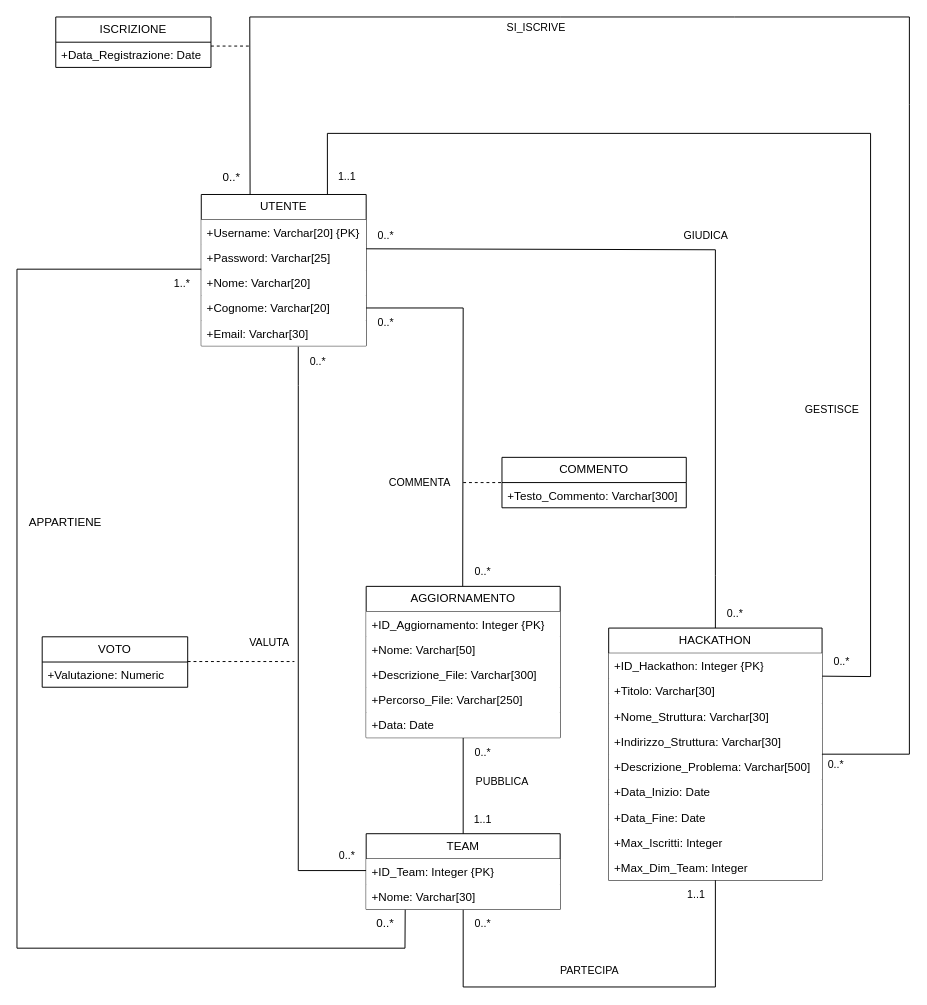
This is Diagramma Hackathon Ristrutturato.drawio from galetizia/Progetto-DB, a draw.io file, before an edit. Source tidied: cells renumbered, new cells numbered last; positions are measured from the earlier drawing's top-left corner, leaving out a move shared by most shapes. Both pictures are drawn from the tidied source at 97%, with x=0, y=0 at pixel (16, 16).
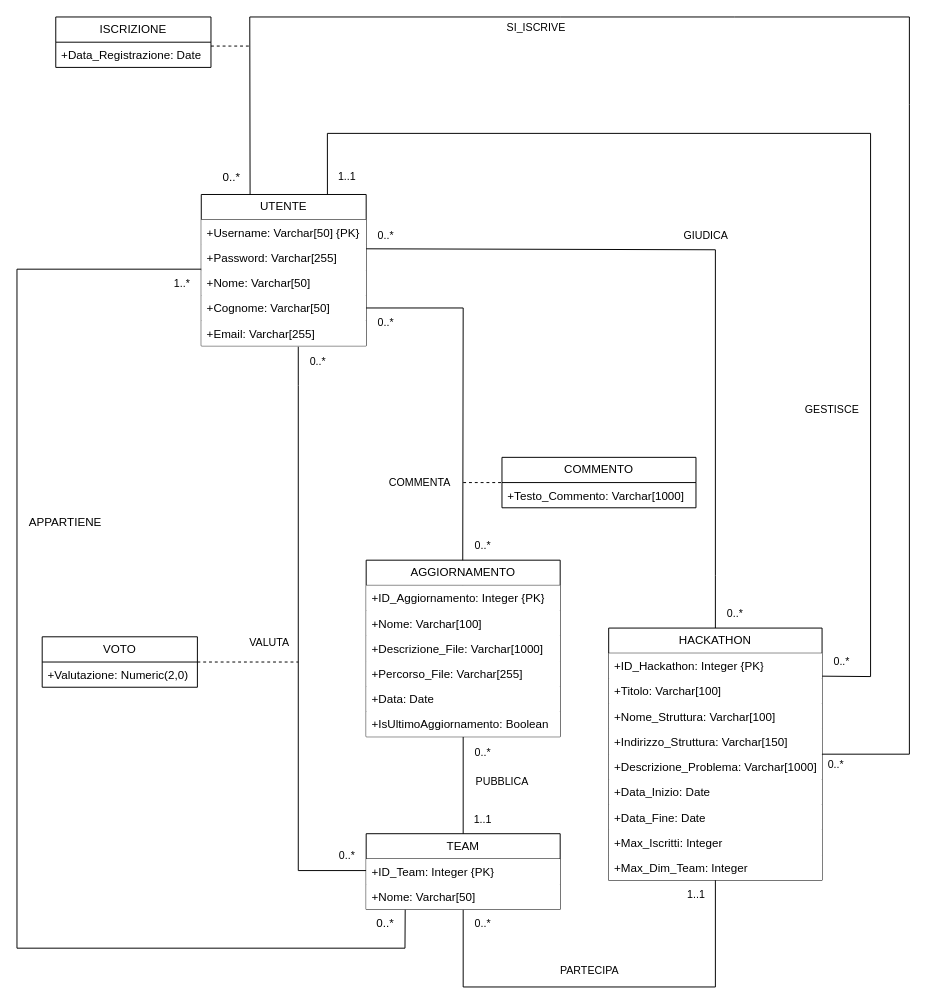
The same page after the edit.

Commit message (it also covers changes not shown here):
aggiornata documentazione, cambiate dimensioni massime di alcuni attributi poiché erano troppo piccoli e rischiosi, aggiornati anche i diagrammi di conseguenza

The change refers to these unchanged cells:
```xml
<mxCell id="2" value="UTENTE" style="swimlane;fontStyle=0;horizontal=1;startSize=26;fillColor=default;whiteSpace=wrap;html=1;" parent="1" vertex="1">
  <mxGeometry x="190" y="183" width="170" height="156" as="geometry" />
</mxCell>
<mxCell id="11" value="HACKATHON" style="swimlane;fontStyle=0;horizontal=1;startSize=26;fillColor=default;whiteSpace=wrap;html=1;" parent="1" vertex="1">
  <mxGeometry x="610" y="630" width="220" height="260" as="geometry" />
</mxCell>
<mxCell id="22" value="TEAM" style="swimlane;fontStyle=0;horizontal=1;startSize=26;fillColor=default;whiteSpace=wrap;html=1;" parent="1" vertex="1">
  <mxGeometry x="360" y="842" width="200" height="78" as="geometry" />
</mxCell>
```

Diff of the diagram source:
```diff
@@
-    <mxCell id="3" value="+Username: Varchar[20] {PK}" style="text;strokeColor=none;fillColor=default;align=left;verticalAlign=top;spacingLeft=4;spacingRight=4;overflow=hidden;whiteSpace=wrap;html=1;" parent="2" vertex="1">
+    <mxCell id="3" value="+Username: Varchar[50] {PK}" style="text;strokeColor=none;fillColor=default;align=left;verticalAlign=top;spacingLeft=4;spacingRight=4;overflow=hidden;whiteSpace=wrap;html=1;" parent="2" vertex="1">
       <mxGeometry y="26" width="170" height="26" as="geometry" />
     </mxCell>
-    <mxCell id="4" value="+Password: Varchar[25]" style="text;strokeColor=none;fillColor=default;align=left;verticalAlign=top;spacingLeft=4;spacingRight=4;overflow=hidden;points=[[0,0.5],[1,0.5]];portConstraint=eastwest;whiteSpace=wrap;html=1;" parent="2" vertex="1">
+    <mxCell id="4" value="+Password: Varchar[255]" style="text;strokeColor=none;fillColor=default;align=left;verticalAlign=top;spacingLeft=4;spacingRight=4;overflow=hidden;points=[[0,0.5],[1,0.5]];portConstraint=eastwest;whiteSpace=wrap;html=1;" parent="2" vertex="1">
       <mxGeometry y="52" width="170" height="26" as="geometry" />
     </mxCell>
-    <mxCell id="5" value="+Nome: Varchar[20]" style="text;strokeColor=none;fillColor=default;align=left;verticalAlign=top;spacingLeft=4;spacingRight=4;overflow=hidden;whiteSpace=wrap;html=1;" parent="2" vertex="1">
+    <mxCell id="5" value="+Nome: Varchar[50]" style="text;strokeColor=none;fillColor=default;align=left;verticalAlign=top;spacingLeft=4;spacingRight=4;overflow=hidden;whiteSpace=wrap;html=1;" parent="2" vertex="1">
       <mxGeometry y="78" width="170" height="26" as="geometry" />
     </mxCell>
-    <mxCell id="6" value="+Cognome: Varchar[20]" style="text;strokeColor=none;fillColor=default;align=left;verticalAlign=top;spacingLeft=4;spacingRight=4;overflow=hidden;whiteSpace=wrap;html=1;" parent="2" vertex="1">
+    <mxCell id="6" value="+Cognome: Varchar[50]" style="text;strokeColor=none;fillColor=default;align=left;verticalAlign=top;spacingLeft=4;spacingRight=4;overflow=hidden;whiteSpace=wrap;html=1;" parent="2" vertex="1">
       <mxGeometry y="104" width="170" height="26" as="geometry" />
     </mxCell>
-    <mxCell id="7" value="+Email: Varchar[30]" style="text;strokeColor=none;fillColor=default;align=left;verticalAlign=top;spacingLeft=4;spacingRight=4;overflow=hidden;whiteSpace=wrap;html=1;" parent="2" vertex="1">
+    <mxCell id="7" value="+Email: Varchar[255]" style="text;strokeColor=none;fillColor=default;align=left;verticalAlign=top;spacingLeft=4;spacingRight=4;overflow=hidden;whiteSpace=wrap;html=1;" parent="2" vertex="1">
       <mxGeometry y="130" width="170" height="26" as="geometry" />
     </mxCell>
@@
-    <mxCell id="13" value="+Titolo: Varchar[30]" style="text;strokeColor=none;fillColor=default;align=left;verticalAlign=top;spacingLeft=4;spacingRight=4;overflow=hidden;whiteSpace=wrap;html=1;" parent="11" vertex="1">
+    <mxCell id="13" value="+Titolo: Varchar[100]" style="text;strokeColor=none;fillColor=default;align=left;verticalAlign=top;spacingLeft=4;spacingRight=4;overflow=hidden;whiteSpace=wrap;html=1;" parent="11" vertex="1">
       <mxGeometry y="52" width="220" height="26" as="geometry" />
     </mxCell>
-    <mxCell id="14" value="+Nome_Struttura: Varchar[30]" style="text;strokeColor=none;fillColor=default;align=left;verticalAlign=top;spacingLeft=4;spacingRight=4;overflow=hidden;whiteSpace=wrap;html=1;" parent="11" vertex="1">
+    <mxCell id="14" value="+Nome_Struttura: Varchar[100]" style="text;strokeColor=none;fillColor=default;align=left;verticalAlign=top;spacingLeft=4;spacingRight=4;overflow=hidden;whiteSpace=wrap;html=1;" parent="11" vertex="1">
       <mxGeometry y="78" width="220" height="26" as="geometry" />
     </mxCell>
-    <mxCell id="15" value="+Indirizzo_Struttura: Varchar[30]" style="text;strokeColor=none;fillColor=default;align=left;verticalAlign=top;spacingLeft=4;spacingRight=4;overflow=hidden;whiteSpace=wrap;html=1;" parent="11" vertex="1">
+    <mxCell id="15" value="+Indirizzo_Struttura: Varchar[150]" style="text;strokeColor=none;fillColor=default;align=left;verticalAlign=top;spacingLeft=4;spacingRight=4;overflow=hidden;whiteSpace=wrap;html=1;" parent="11" vertex="1">
       <mxGeometry y="104" width="220" height="26" as="geometry" />
     </mxCell>
-    <mxCell id="16" value="+Descrizione_Problema: Varchar[500]" style="text;strokeColor=none;fillColor=default;align=left;verticalAlign=top;spacingLeft=4;spacingRight=4;overflow=hidden;whiteSpace=wrap;html=1;" parent="11" vertex="1">
+    <mxCell id="16" value="+Descrizione_Problema: Varchar[1000]" style="text;strokeColor=none;fillColor=default;align=left;verticalAlign=top;spacingLeft=4;spacingRight=4;overflow=hidden;whiteSpace=wrap;html=1;" parent="11" vertex="1">
       <mxGeometry y="130" width="220" height="26" as="geometry" />
     </mxCell>
@@
-    <mxCell id="24" value="+Nome: Varchar[30]" style="text;strokeColor=none;fillColor=default;align=left;verticalAlign=top;spacingLeft=4;spacingRight=4;overflow=hidden;whiteSpace=wrap;html=1;" parent="22" vertex="1">
+    <mxCell id="24" value="+Nome: Varchar[50]" style="text;strokeColor=none;fillColor=default;align=left;verticalAlign=top;spacingLeft=4;spacingRight=4;overflow=hidden;whiteSpace=wrap;html=1;" parent="22" vertex="1">
       <mxGeometry y="52" width="200" height="26" as="geometry" />
     </mxCell>
@@
     <mxCell id="27" value="AGGIORNAMENTO" style="swimlane;fontStyle=0;horizontal=1;startSize=26;fillColor=default;whiteSpace=wrap;html=1;" parent="1" vertex="1">
-      <mxGeometry x="360" y="587" width="200" height="156" as="geometry" />
+      <mxGeometry x="360" y="560" width="200" height="182" as="geometry" />
     </mxCell>
@@
-    <mxCell id="29" value="+Nome: Varchar[50]" style="text;strokeColor=none;fillColor=default;align=left;verticalAlign=top;spacingLeft=4;spacingRight=4;overflow=hidden;whiteSpace=wrap;html=1;" parent="27" vertex="1">
+    <mxCell id="29" value="+Nome: Varchar[100]" style="text;strokeColor=none;fillColor=default;align=left;verticalAlign=top;spacingLeft=4;spacingRight=4;overflow=hidden;whiteSpace=wrap;html=1;" parent="27" vertex="1">
       <mxGeometry y="52" width="200" height="26" as="geometry" />
     </mxCell>
-    <mxCell id="30" value="+Descrizione_File: Varchar[300]" style="text;strokeColor=none;fillColor=default;align=left;verticalAlign=top;spacingLeft=4;spacingRight=4;overflow=hidden;whiteSpace=wrap;html=1;" parent="27" vertex="1">
+    <mxCell id="30" value="+Descrizione_File: Varchar[1000]" style="text;strokeColor=none;fillColor=default;align=left;verticalAlign=top;spacingLeft=4;spacingRight=4;overflow=hidden;whiteSpace=wrap;html=1;" parent="27" vertex="1">
       <mxGeometry y="78" width="200" height="26" as="geometry" />
     </mxCell>
-    <mxCell id="31" value="+Percorso_File: Varchar[250]" style="text;strokeColor=none;fillColor=default;align=left;verticalAlign=top;spacingLeft=4;spacingRight=4;overflow=hidden;whiteSpace=wrap;html=1;" parent="27" vertex="1">
+    <mxCell id="31" value="+Percorso_File: Varchar[255]" style="text;strokeColor=none;fillColor=default;align=left;verticalAlign=top;spacingLeft=4;spacingRight=4;overflow=hidden;whiteSpace=wrap;html=1;" parent="27" vertex="1">
       <mxGeometry y="104" width="200" height="26" as="geometry" />
     </mxCell>
@@
+    <mxCell id="68" value="+IsUltimoAggiornamento: Boolean" style="text;strokeColor=none;fillColor=default;align=left;verticalAlign=top;spacingLeft=4;spacingRight=4;overflow=hidden;whiteSpace=wrap;html=1;" parent="27" vertex="1">
+      <mxGeometry y="156" width="200" height="26" as="geometry" />
+    </mxCell>
     <mxCell id="33" value="VOTO" style="swimlane;fontStyle=0;horizontal=1;startSize=26;fillColor=none;whiteSpace=wrap;html=1;" parent="1" vertex="1">
-      <mxGeometry x="26" y="639" width="150" height="52" as="geometry" />
+      <mxGeometry x="26" y="639" width="160" height="52" as="geometry" />
     </mxCell>
-    <mxCell id="34" value="+Valutazione: Numeric" style="text;strokeColor=none;fillColor=none;align=left;verticalAlign=top;spacingLeft=4;spacingRight=4;overflow=hidden;whiteSpace=wrap;html=1;" parent="33" vertex="1">
-      <mxGeometry y="26" width="150" height="26" as="geometry" />
+    <mxCell id="34" value="+Valutazione: Numeric(2,0)" style="text;strokeColor=none;fillColor=none;align=left;verticalAlign=top;spacingLeft=4;spacingRight=4;overflow=hidden;whiteSpace=wrap;html=1;" parent="33" vertex="1">
+      <mxGeometry y="26" width="160" height="26" as="geometry" />
     </mxCell>
@@
     <mxCell id="45" value="0..*" style="text;html=1;align=center;verticalAlign=middle;strokeColor=none;fillColor=none;fontFamily=Helvetica;fontSize=11;fontColor=default;labelBackgroundColor=default;" parent="1" vertex="1">
-      <mxGeometry x="460" y="557" width="40" height="30" as="geometry" />
+      <mxGeometry x="460" y="530" width="40" height="30" as="geometry" />
     </mxCell>
@@
-    <mxCell id="58" style="edgeStyle=none;shape=connector;rounded=0;orthogonalLoop=1;jettySize=auto;html=1;exitX=1;exitY=0.5;exitDx=0;exitDy=0;strokeColor=default;align=center;verticalAlign=middle;fontFamily=Helvetica;fontSize=11;fontColor=default;labelBackgroundColor=default;endArrow=none;dashed=1;" parent="1" edge="1">
+    <mxCell id="58" style="edgeStyle=none;shape=connector;rounded=0;jettySize=auto;html=1;strokeColor=default;align=center;verticalAlign=middle;fontFamily=Helvetica;fontSize=11;fontColor=default;labelBackgroundColor=default;endArrow=none;dashed=1;exitX=1;exitY=0.5;exitDx=0;exitDy=0;" parent="1" edge="1" source="33">
       <mxGeometry relative="1" as="geometry">
-        <mxPoint x="176" y="664.5" as="sourcePoint" />
-        <mxPoint x="286" y="664.5" as="targetPoint" />
+        <mxPoint x="290" y="665" as="targetPoint" />
       </mxGeometry>
     </mxCell>
     <mxCell id="59" value="COMMENTO" style="swimlane;fontStyle=0;horizontal=1;startSize=26;fillColor=none;whiteSpace=wrap;html=1;" parent="1" vertex="1">
-      <mxGeometry x="500" y="454" width="190" height="52" as="geometry" />
+      <mxGeometry x="500" y="454" width="200" height="52" as="geometry" />
     </mxCell>
-    <mxCell id="60" value="+Testo_Commento: Varchar[300]" style="text;strokeColor=none;fillColor=none;align=left;verticalAlign=top;spacingLeft=4;spacingRight=4;overflow=hidden;whiteSpace=wrap;html=1;" parent="59" vertex="1">
-      <mxGeometry y="26" width="190" height="26" as="geometry" />
+    <mxCell id="60" value="+Testo_Commento: Varchar[1000]" style="text;strokeColor=none;fillColor=none;align=left;verticalAlign=top;spacingLeft=4;spacingRight=4;overflow=hidden;whiteSpace=wrap;html=1;" parent="59" vertex="1">
+      <mxGeometry y="26" width="200" height="26" as="geometry" />
     </mxCell>
```
